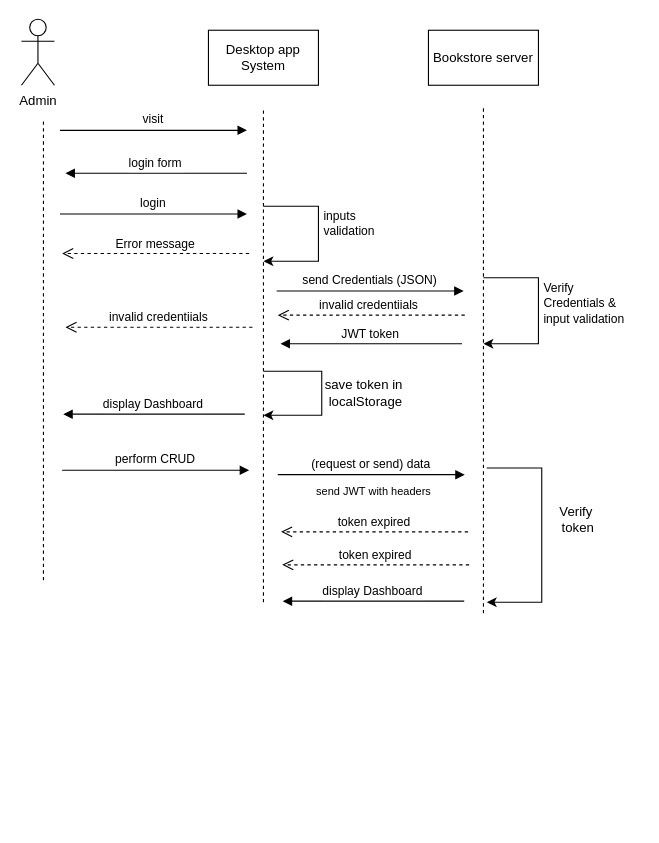
The draw.io diagram Untitled Diagram.drawio in Sifelddin/bookStore_electron, before the edit. Source tidied: cells renumbered, new cells numbered last; positions are measured from the earlier drawing's top-left corner, leaving out a move shared by most shapes. Both pictures are drawn from the tidied source at 110%, with x=0, y=0 at pixel (21, 19).
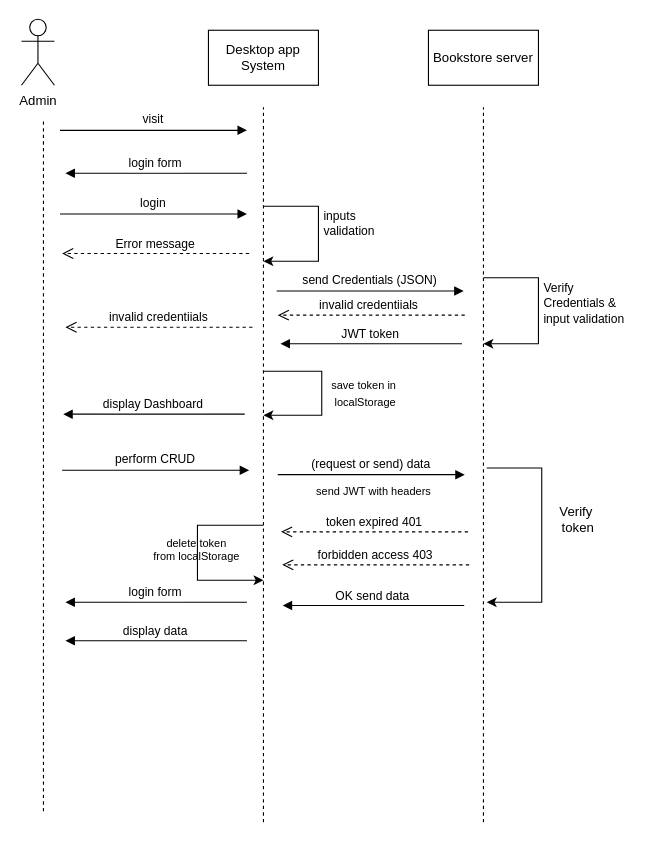
After the change.

Diff of the diagram source:
```diff
@@
     <mxCell id="6" style="endArrow=none;dashed=1;html=1;rounded=0;" parent="1" edge="1">
       <mxGeometry relative="1" as="geometry">
-        <mxPoint x="20" y="510" as="sourcePoint" />
+        <mxPoint x="20" y="720" as="sourcePoint" />
         <mxPoint x="20" y="90" as="targetPoint" />
         <Array as="points">
           <mxPoint x="20" y="180" />
         </Array>
       </mxGeometry>
     </mxCell>
@@
     <mxCell id="8" style="endArrow=none;dashed=1;html=1;rounded=0;" parent="1" edge="1">
       <mxGeometry relative="1" as="geometry">
-        <mxPoint x="220" y="530" as="sourcePoint" />
+        <mxPoint x="220" y="730" as="sourcePoint" />
         <mxPoint x="220" y="80" as="targetPoint" />
       </mxGeometry>
     </mxCell>
@@
     <mxCell id="10" style="endArrow=none;dashed=1;html=1;rounded=0;" parent="1" edge="1">
       <mxGeometry relative="1" as="geometry">
-        <mxPoint x="420" y="540" as="sourcePoint" />
+        <mxPoint x="420" y="730" as="sourcePoint" />
         <mxPoint x="420" y="80" as="targetPoint" />
       </mxGeometry>
     </mxCell>
@@
-    <mxCell id="21" value="save token in&lt;br&gt;&amp;nbsp;localStorage" style="text;html=1;align=center;verticalAlign=middle;strokeColor=none;fillColor=none;" parent="1" vertex="1">
-      <mxGeometry x="266" y="320" width="90" height="40" as="geometry" />
+    <mxCell id="21" value="&lt;font style=&quot;font-size: 10px;&quot;&gt;save token in&lt;br&gt;&amp;nbsp;localStorage&lt;/font&gt;" style="text;html=1;align=center;verticalAlign=middle;strokeColor=none;fillColor=none;" parent="1" vertex="1">
+      <mxGeometry x="271" y="320" width="80" height="40" as="geometry" />
     </mxCell>
@@
-    <mxCell id="28" value="token expired" style="verticalAlign=bottom;endArrow=open;dashed=1;endSize=8;exitX=0;exitY=0.95;shadow=0;strokeWidth=1;" parent="1" edge="1">
+    <mxCell id="28" value="token expired 401" style="verticalAlign=bottom;endArrow=open;dashed=1;endSize=8;exitX=0;exitY=0.95;shadow=0;strokeWidth=1;" parent="1" edge="1">
       <mxGeometry relative="1" as="geometry">
         <mxPoint x="406" y="466" as="sourcePoint" />
         <mxPoint x="236" y="466" as="targetPoint" />
         <Array as="points">
           <mxPoint x="319" y="466" />
         </Array>
       </mxGeometry>
     </mxCell>
-    <mxCell id="29" value="display Dashboard" style="verticalAlign=bottom;endArrow=block;entryX=1;entryY=0;shadow=0;strokeWidth=1;" parent="1" edge="1">
+    <mxCell id="29" value="OK send data" style="verticalAlign=bottom;endArrow=block;entryX=1;entryY=0;shadow=0;strokeWidth=1;" parent="1" edge="1">
       <mxGeometry relative="1" as="geometry">
-        <mxPoint x="402.5" y="529" as="sourcePoint" />
-        <mxPoint x="237.5" y="529" as="targetPoint" />
+        <mxPoint x="402.5" y="533" as="sourcePoint" />
+        <mxPoint x="237.5" y="533" as="targetPoint" />
       </mxGeometry>
     </mxCell>
-    <mxCell id="30" value="token expired" style="verticalAlign=bottom;endArrow=open;dashed=1;endSize=8;exitX=0;exitY=0.95;shadow=0;strokeWidth=1;" parent="1" edge="1">
+    <mxCell id="30" value="forbidden access 403" style="verticalAlign=bottom;endArrow=open;dashed=1;endSize=8;exitX=0;exitY=0.95;shadow=0;strokeWidth=1;" parent="1" edge="1">
       <mxGeometry relative="1" as="geometry">
         <mxPoint x="407" y="496" as="sourcePoint" />
         <mxPoint x="237" y="496" as="targetPoint" />
         <Array as="points">
           <mxPoint x="320" y="496" />
         </Array>
       </mxGeometry>
     </mxCell>
+    <mxCell id="31" style="endArrow=classic;html=1;rounded=0;fontSize=10;" parent="1" edge="1">
+      <mxGeometry relative="1" as="geometry">
+        <mxPoint x="220" y="460" as="sourcePoint" />
+        <mxPoint x="220" y="510" as="targetPoint" />
+        <Array as="points">
+          <mxPoint x="160" y="460" />
+          <mxPoint x="160" y="510" />
+        </Array>
+      </mxGeometry>
+    </mxCell>
+    <mxCell id="32" value="delete token&lt;br&gt;from localStorage" style="text;html=1;align=center;verticalAlign=middle;strokeColor=none;fillColor=none;fontSize=10;" parent="1" vertex="1">
+      <mxGeometry x="109" y="462" width="100" height="40" as="geometry" />
+    </mxCell>
+    <mxCell id="33" value="display data" style="verticalAlign=bottom;endArrow=block;entryX=1;entryY=0;shadow=0;strokeWidth=1;" parent="1" edge="1">
+      <mxGeometry relative="1" as="geometry">
+        <mxPoint x="205" y="565" as="sourcePoint" />
+        <mxPoint x="40" y="565" as="targetPoint" />
+      </mxGeometry>
+    </mxCell>
+    <mxCell id="34" value="login form" style="verticalAlign=bottom;endArrow=block;entryX=1;entryY=0;shadow=0;strokeWidth=1;" parent="1" edge="1">
+      <mxGeometry relative="1" as="geometry">
+        <mxPoint x="205" y="530" as="sourcePoint" />
+        <mxPoint x="40" y="530" as="targetPoint" />
+      </mxGeometry>
+    </mxCell>
```
